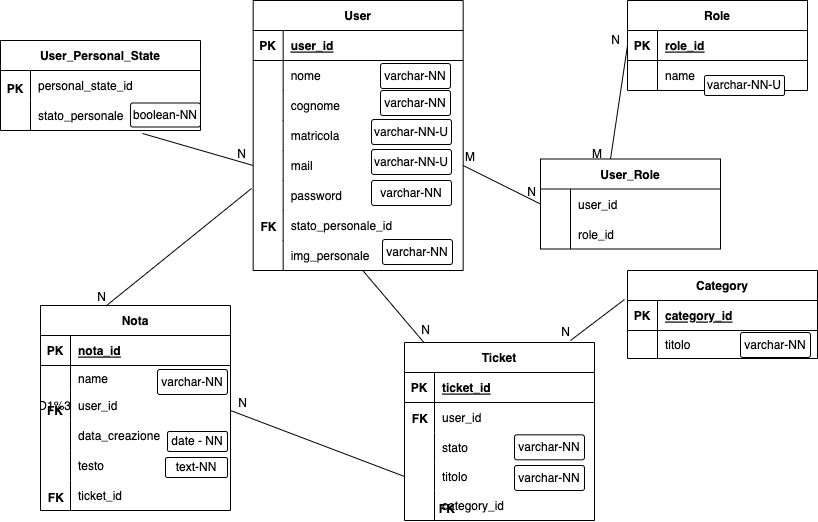
This is ticket-platform/ER-ticket-platform.png from FrancescoDAmbrosio1/ticket-platform, a draw.io export, as it was before one commit. Source tidied: cells renumbered, new cells last; positions are measured from the earlier drawing's top-left corner, leaving out a move shared by most shapes.
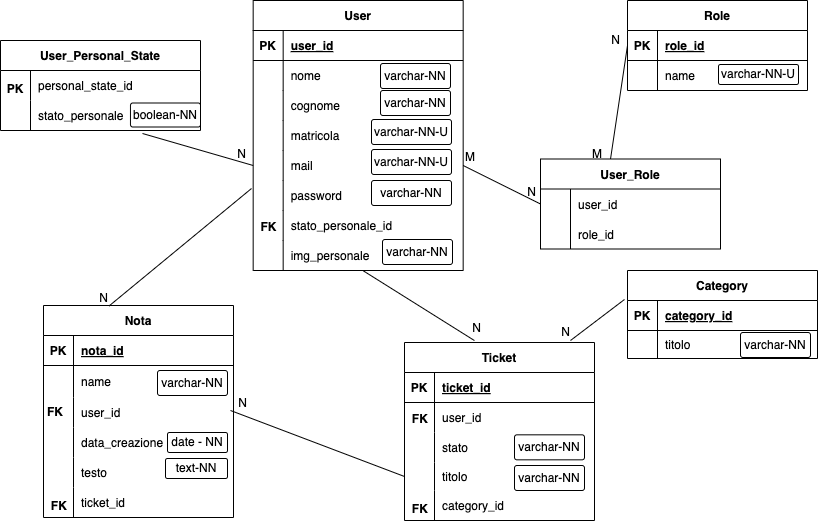
Above is the later version.

Diff of the diagram source:
```diff
@@ -120,7 +120,7 @@
       <mxGeometry x="30" width="150" height="30" as="geometry" />
     </mxCell>
     <mxCell id="41" style="group;" parent="1" vertex="1">
-      <mxGeometry x="40" y="305" width="190" height="205" as="geometry" />
+      <mxGeometry x="40" y="306" width="190" height="205" as="geometry" />
     </mxCell>
     <mxCell id="42" value="FK" style="shape=partialRectangle;fillColor=none;top=0;left=0;bottom=0;right=0;fontStyle=1;overflow=hidden;" parent="41" vertex="1">
       <mxGeometry y="90" width="30" height="30" as="geometry" />
@@ -135,10 +135,10 @@
       <mxGeometry x="117" y="64" width="70" height="25" as="geometry" />
     </mxCell>
     <mxCell id="46" style="group;" parent="41" vertex="1">
-      <mxGeometry width="190" height="205" as="geometry" />
+      <mxGeometry x="10" y="1" width="190" height="205" as="geometry" />
     </mxCell>
     <mxCell id="47" value="Nota" style="shape=table;startSize=30;rowLines=0;fontStyle=1;align=center;" parent="46" vertex="1">
-      <mxGeometry width="190" height="205" as="geometry" />
+      <mxGeometry x="-7" y="-2" width="190" height="212" as="geometry" />
     </mxCell>
     <mxCell id="48" style="shape=tableRow;horizontal=0;startSize=0;swimlaneHead=0;swimlaneBody=0;fillColor=none;top=0;left=0;right=0;bottom=1;" parent="47" vertex="1">
       <mxGeometry y="30" width="190" height="30" as="geometry" />
@@ -150,25 +150,25 @@
       <mxGeometry x="30" width="160" height="30" as="geometry" />
     </mxCell>
     <mxCell id="51" style="shape=tableRow;horizontal=0;startSize=0;swimlaneHead=0;swimlaneBody=0;fillColor=none;top=0;left=0;right=0;bottom=0;" parent="47" vertex="1">
-      <mxGeometry y="60" width="190" height="25" as="geometry" />
+      <mxGeometry y="60" width="190" height="32" as="geometry" />
     </mxCell>
     <mxCell id="52" style="shape=partialRectangle;fillColor=none;top=0;left=0;bottom=0;right=0;overflow=hidden;" parent="51" vertex="1">
-      <mxGeometry width="30" height="25" as="geometry" />
+      <mxGeometry width="30" height="32" as="geometry" />
     </mxCell>
     <mxCell id="53" value="name" style="shape=partialRectangle;fillColor=none;top=0;left=0;bottom=0;right=0;align=left;spacingLeft=6;overflow=hidden;" parent="51" vertex="1">
-      <mxGeometry x="30" width="160" height="25" as="geometry" />
+      <mxGeometry x="30" width="160" height="32" as="geometry" />
     </mxCell>
     <mxCell id="54" style="shape=tableRow;horizontal=0;startSize=0;swimlaneHead=0;swimlaneBody=0;fillColor=none;top=0;left=0;right=0;bottom=0;" parent="47" vertex="1">
-      <mxGeometry y="85" width="190" height="30" as="geometry" />
+      <mxGeometry y="92" width="190" height="30" as="geometry" />
     </mxCell>
-    <mxCell id="55" value="%3CmxGraphModel%3E%3Croot%3E%3CmxCell%20id%3D%220%22%2F%3E%3CmxCell%20id%3D%221%22%20parent%3D%220%22%2F%3E%3CmxCell%20id%3D%222%22%20value%3D%22varchar-NN%22%20style%3D%22rounded%3D1%3BarcSize%3D10%3BwhiteSpace%3Dwrap%3Bhtml%3D1%3Balign%3Dcenter%3B%22%20vertex%3D%221%22%20parent%3D%221%22%3E%3CmxGeometry%20x%3D%22381%22%20y%3D%22200%22%20width%3D%2280%22%20height%3D%2225%22%20as%3D%22geometry%22%2F%3E%3C%2FmxCell%3E%3C%2Froot%3E%3C%2FmxGraphModel%3E" style="shape=partialRectangle;fillColor=none;top=0;left=0;bottom=0;right=0;overflow=hidden;" parent="54" vertex="1">
+    <mxCell id="55" style="shape=partialRectangle;fillColor=none;top=0;left=0;bottom=0;right=0;overflow=hidden;" parent="54" vertex="1">
       <mxGeometry width="30" height="30" as="geometry" />
     </mxCell>
     <mxCell id="56" value="user_id" style="shape=partialRectangle;fillColor=none;top=0;left=0;bottom=0;right=0;align=left;spacingLeft=6;overflow=hidden;" parent="54" vertex="1">
       <mxGeometry x="30" width="160" height="30" as="geometry" />
     </mxCell>
     <mxCell id="57" style="shape=tableRow;horizontal=0;startSize=0;swimlaneHead=0;swimlaneBody=0;fillColor=none;top=0;left=0;right=0;bottom=0;" parent="47" vertex="1">
-      <mxGeometry y="115" width="190" height="30" as="geometry" />
+      <mxGeometry y="122" width="190" height="30" as="geometry" />
     </mxCell>
     <mxCell id="58" style="shape=partialRectangle;fillColor=none;top=0;left=0;bottom=0;right=0;overflow=hidden;" parent="57" vertex="1">
       <mxGeometry width="30" height="30" as="geometry" />
@@ -177,7 +177,7 @@
       <mxGeometry x="30" width="160" height="30" as="geometry" />
     </mxCell>
     <mxCell id="60" style="shape=tableRow;horizontal=0;startSize=0;swimlaneHead=0;swimlaneBody=0;fillColor=none;top=0;left=0;right=0;bottom=0;" parent="47" vertex="1">
-      <mxGeometry y="145" width="190" height="30" as="geometry" />
+      <mxGeometry y="152" width="190" height="30" as="geometry" />
     </mxCell>
     <mxCell id="61" style="shape=partialRectangle;fillColor=none;top=0;left=0;bottom=0;right=0;overflow=hidden;" parent="60" vertex="1">
       <mxGeometry width="30" height="30" as="geometry" />
@@ -186,7 +186,7 @@
       <mxGeometry x="30" width="160" height="30" as="geometry" />
     </mxCell>
     <mxCell id="63" style="shape=tableRow;horizontal=0;startSize=0;swimlaneHead=0;swimlaneBody=0;fillColor=none;top=0;left=0;right=0;bottom=0;" parent="47" vertex="1">
-      <mxGeometry y="175" width="190" height="30" as="geometry" />
+      <mxGeometry y="182" width="190" height="30" as="geometry" />
     </mxCell>
     <mxCell id="64" style="shape=partialRectangle;fillColor=none;top=0;left=0;bottom=0;right=0;overflow=hidden;" parent="63" vertex="1">
       <mxGeometry width="30" height="30" as="geometry" />
@@ -195,7 +195,7 @@
       <mxGeometry x="30" width="160" height="30" as="geometry" />
     </mxCell>
     <mxCell id="66" value="FK" style="shape=partialRectangle;fillColor=none;top=0;left=0;bottom=0;right=0;fontStyle=1;overflow=hidden;" parent="46" vertex="1">
-      <mxGeometry y="178.3" width="31.7" height="26.7" as="geometry" />
+      <mxGeometry x="-7" y="185" width="31.7" height="25" as="geometry" />
     </mxCell>
     <mxCell id="67" style="group;" parent="1" vertex="1">
       <mxGeometry x="404" y="342" width="190" height="160" as="geometry" />
@@ -324,13 +324,13 @@
       <mxGeometry x="380" y="90" width="70" height="25" as="geometry" />
     </mxCell>
     <mxCell id="105" value="varchar-NN-U" style="rounded=1;arcSize=10;whiteSpace=wrap;html=1;align=center;" parent="1" vertex="1">
-      <mxGeometry x="704" y="75" width="80" height="20" as="geometry" />
+      <mxGeometry x="718" y="64" width="80" height="20" as="geometry" />
     </mxCell>
     <mxCell id="106" value="varchar-NN-U" style="rounded=1;arcSize=10;whiteSpace=wrap;html=1;align=center;" parent="1" vertex="1">
       <mxGeometry x="371" y="119" width="80" height="25" as="geometry" />
     </mxCell>
     <mxCell id="107" value="FK" style="shape=partialRectangle;fillColor=none;top=0;left=0;bottom=0;right=0;fontStyle=1;overflow=hidden;" parent="1" vertex="1">
-      <mxGeometry x="431" y="494.3" width="31.7" height="26.7" as="geometry" />
+      <mxGeometry x="404" y="494.3" width="31.7" height="26.7" as="geometry" />
     </mxCell>
     <mxCell id="108" style="group;" parent="1" vertex="1">
       <mxGeometry x="627" y="270" width="190" height="88" as="geometry" />
```
